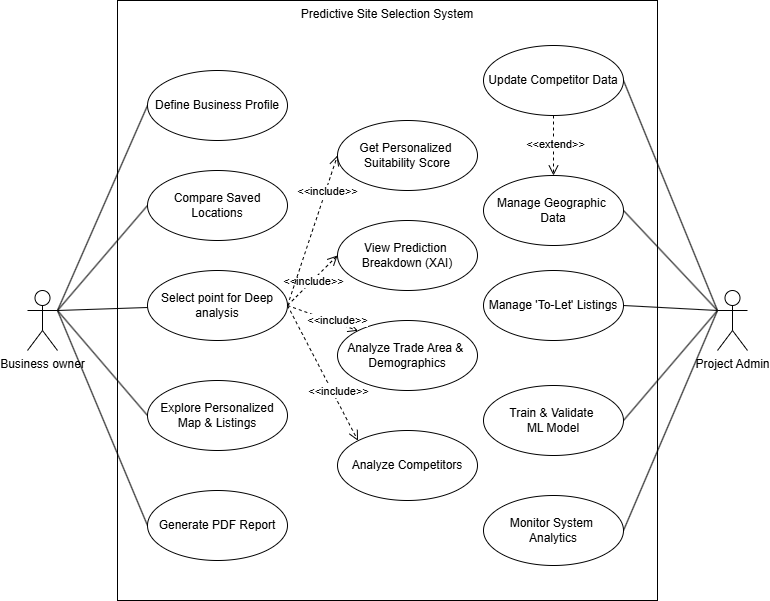
Sujalcha7/SiteX_Doc keeps this draw.io diagram as img/UsecaseDiagram.png. Above is the earlier version. Source tidied: cells renumbered, new cells last; positions are measured from the earlier drawing's top-left corner, leaving out a move shared by most shapes.
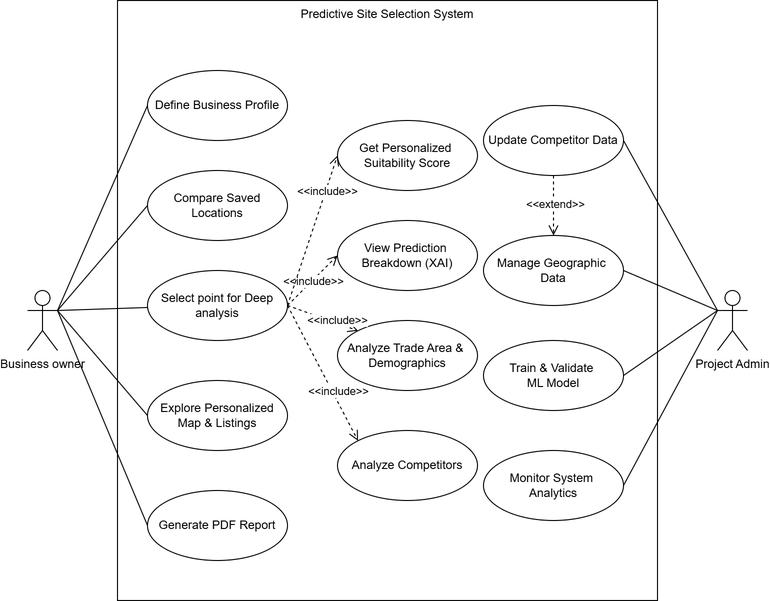
Above is the later version.

The edit, as a diff of the source:
```diff
@@ -32,9 +32,6 @@
     <mxCell id="10" style="edgeStyle=none;shape=connector;curved=0;rounded=0;jettySize=auto;html=1;exitX=0;exitY=0.3333333333333333;exitDx=0;exitDy=0;exitPerimeter=0;entryX=1;entryY=0.5;entryDx=0;entryDy=0;strokeColor=default;align=center;verticalAlign=bottom;fontFamily=Helvetica;fontSize=11;fontColor=default;labelBackgroundColor=default;endArrow=none;endFill=0;" parent="1" edge="1" source="14" target="33">
       <mxGeometry relative="1" as="geometry" />
     </mxCell>
-    <mxCell id="11" style="edgeStyle=none;shape=connector;curved=0;rounded=0;jettySize=auto;html=1;exitX=0;exitY=0.3333333333333333;exitDx=0;exitDy=0;exitPerimeter=0;entryX=1;entryY=0.5;entryDx=0;entryDy=0;strokeColor=default;align=center;verticalAlign=bottom;fontFamily=Helvetica;fontSize=11;fontColor=default;labelBackgroundColor=default;endArrow=none;endFill=0;" parent="1" edge="1" source="14" target="15">
-      <mxGeometry relative="1" as="geometry" />
-    </mxCell>
     <mxCell id="12" style="edgeStyle=none;shape=connector;curved=0;rounded=0;jettySize=auto;html=1;exitX=0;exitY=0.3333333333333333;exitDx=0;exitDy=0;exitPerimeter=0;entryX=1;entryY=0.5;entryDx=0;entryDy=0;strokeColor=default;align=center;verticalAlign=bottom;fontFamily=Helvetica;fontSize=11;fontColor=default;labelBackgroundColor=default;endArrow=none;endFill=0;" parent="1" edge="1" source="14" target="32">
       <mxGeometry relative="1" as="geometry" />
     </mxCell>
@@ -44,9 +41,6 @@
     <mxCell id="14" value="Project Admin" style="shape=umlActor;verticalLabelPosition=bottom;verticalAlign=top;html=1;" parent="1" vertex="1">
       <mxGeometry x="690" y="290" width="30" height="60" as="geometry" />
     </mxCell>
-    <mxCell id="15" value="Manage 'To-Let' Listings" style="ellipse;whiteSpace=wrap;html=1;" parent="1" vertex="1">
-      <mxGeometry x="456" y="270" width="140" height="70" as="geometry" />
-    </mxCell>
     <mxCell id="16" value="&lt;span style=&quot;text-wrap-mode: nowrap;&quot;&gt;Analyze Competitors&lt;/span&gt;" style="ellipse;whiteSpace=wrap;html=1;" parent="1" vertex="1">
       <mxGeometry x="310" y="430" width="140" height="70" as="geometry" />
     </mxCell>
@@ -99,13 +93,13 @@
       <mxGeometry x="120" y="70" width="140" height="70" as="geometry" />
     </mxCell>
     <mxCell id="31" value="&lt;span style=&quot;text-wrap-mode: nowrap;&quot;&gt;Monitor System&amp;nbsp;&lt;/span&gt;&lt;div&gt;&lt;span style=&quot;text-wrap-mode: nowrap;&quot;&gt;Analytics&lt;/span&gt;&lt;/div&gt;" style="ellipse;whiteSpace=wrap;html=1;" parent="1" vertex="1">
-      <mxGeometry x="456" y="495" width="140" height="70" as="geometry" />
+      <mxGeometry x="456" y="450" width="140" height="70" as="geometry" />
     </mxCell>
     <mxCell id="32" value="&lt;span style=&quot;text-wrap-mode: nowrap;&quot;&gt;Train &amp;amp; Validate&amp;nbsp;&lt;/span&gt;&lt;div&gt;&lt;span style=&quot;text-wrap-mode: nowrap;&quot;&gt;ML Model&lt;/span&gt;&lt;/div&gt;" style="ellipse;whiteSpace=wrap;html=1;" parent="1" vertex="1">
-      <mxGeometry x="456" y="385" width="140" height="70" as="geometry" />
+      <mxGeometry x="456" y="340" width="140" height="70" as="geometry" />
     </mxCell>
     <mxCell id="33" value="&lt;span style=&quot;text-wrap-mode: nowrap;&quot;&gt;Manage Geographic&amp;nbsp;&lt;/span&gt;&lt;div&gt;&lt;span style=&quot;text-wrap-mode: nowrap;&quot;&gt;Data&lt;/span&gt;&lt;/div&gt;" style="ellipse;whiteSpace=wrap;html=1;" parent="1" vertex="1">
-      <mxGeometry x="456" y="175" width="140" height="70" as="geometry" />
+      <mxGeometry x="456" y="235" width="140" height="70" as="geometry" />
     </mxCell>
     <mxCell id="34" style="edgeStyle=none;shape=connector;curved=0;rounded=0;jettySize=auto;html=1;exitX=0.5;exitY=1;exitDx=0;exitDy=0;entryX=0.5;entryY=0;entryDx=0;entryDy=0;dashed=1;strokeColor=default;align=center;verticalAlign=bottom;fontFamily=Helvetica;fontSize=11;fontColor=default;labelBackgroundColor=default;endArrow=open;endSize=8;" parent="1" edge="1" source="36" target="33">
       <mxGeometry relative="1" as="geometry" />
@@ -114,7 +108,7 @@
       <mxGeometry x="-0.06" y="1" relative="1" as="geometry" />
     </mxCell>
     <mxCell id="36" value="&lt;span style=&quot;text-wrap-mode: nowrap;&quot;&gt;Update Competitor Data&lt;/span&gt;" style="ellipse;whiteSpace=wrap;html=1;" parent="1" vertex="1">
-      <mxGeometry x="456" y="45" width="140" height="70" as="geometry" />
+      <mxGeometry x="456" y="105" width="140" height="70" as="geometry" />
     </mxCell>
     <mxCell id="37" value="&amp;lt;&amp;lt;include&amp;gt;&amp;gt;" style="html=1;verticalAlign=bottom;endArrow=open;dashed=1;endSize=8;curved=0;rounded=0;entryX=0;entryY=0.5;entryDx=0;entryDy=0;exitX=1;exitY=0.5;exitDx=0;exitDy=0;" parent="1" edge="1" source="29" target="19">
       <mxGeometry x="0.42" y="-5" relative="1" as="geometry" />
```
